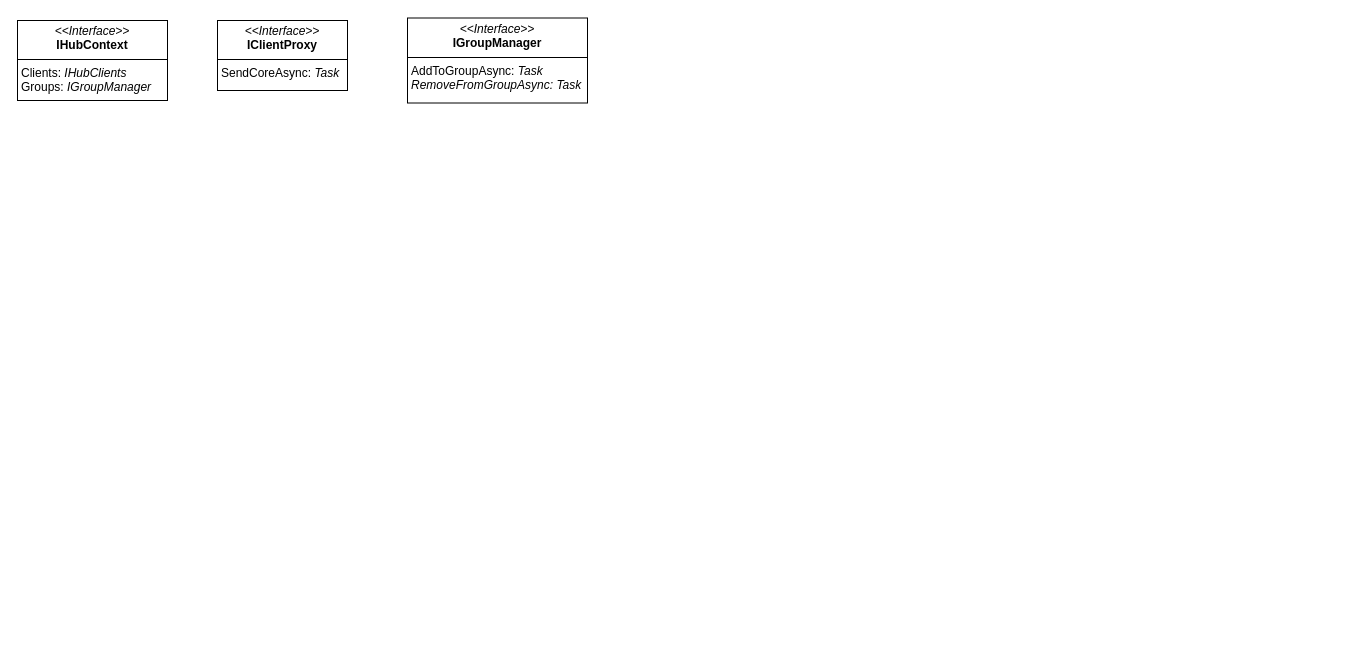
The draw.io diagram page "SignalR" (4 of 4) of .Net/Диаграмма без названия.drawio in KondyubaBA/Foundation, before the edit. Source tidied: cells renumbered, new cells numbered last; positions are measured from the earlier drawing's top-left corner, leaving out a move shared by most shapes. Both pictures are drawn from the tidied source at 100%, with x=0, y=0 at pixel (17, 18).
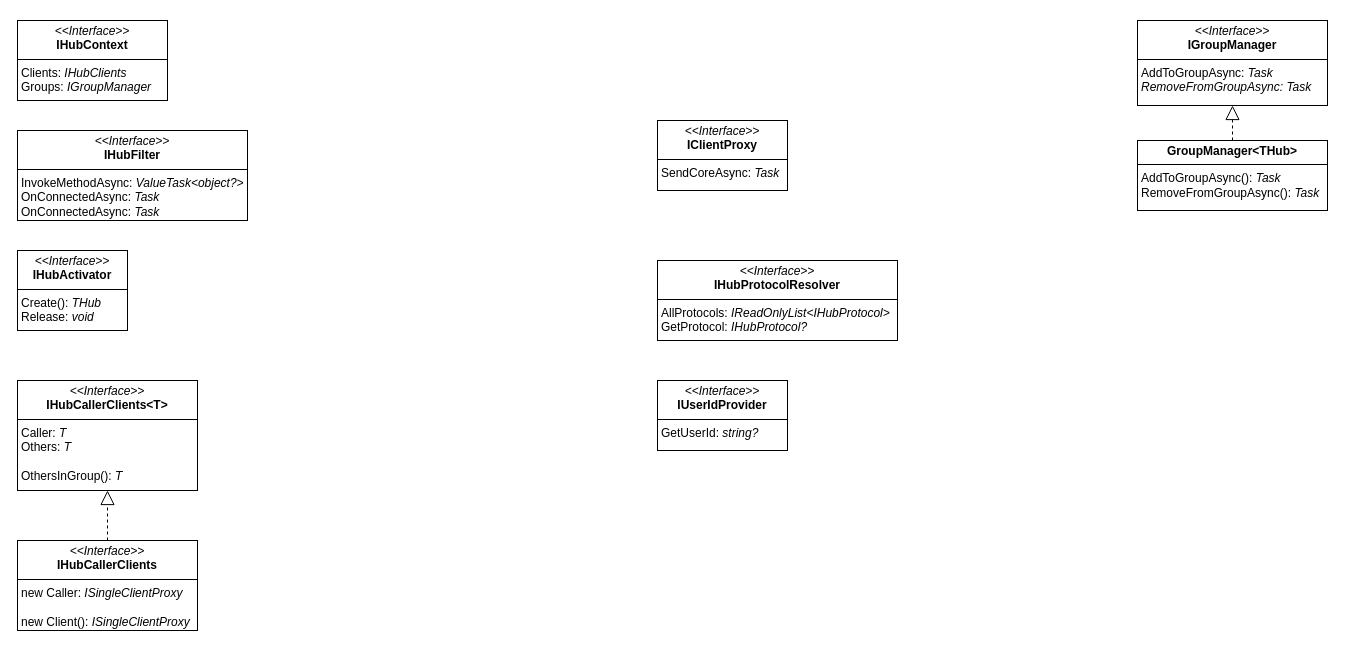
After the change.

What changed in the source:
```diff
@@
 <mxGraphModel>
   <root>
     <mxCell id="0" />
     <mxCell id="1" parent="0" />
     <mxCell id="2" value="&lt;p style=&quot;margin:0px;margin-top:4px;text-align:center;&quot;&gt;&lt;i&gt;&amp;lt;&amp;lt;Interface&amp;gt;&amp;gt;&lt;/i&gt;&lt;br&gt;&lt;span style=&quot;background-color: initial; text-align: left;&quot;&gt;&lt;b&gt;IHubContext&lt;/b&gt;&lt;/span&gt;&lt;/p&gt;&lt;hr size=&quot;1&quot; style=&quot;border-style:solid;&quot;&gt;&lt;p style=&quot;margin:0px;margin-left:4px;&quot;&gt;Clients: &lt;i&gt;IHubClients&lt;/i&gt;&lt;br&gt;Groups:&amp;nbsp;&lt;span style=&quot;background-color: initial;&quot;&gt;&lt;i&gt;IGroupManager&lt;/i&gt;&lt;/span&gt;&lt;/p&gt;" style="verticalAlign=top;align=left;overflow=fill;html=1;whiteSpace=wrap;" parent="1" vertex="1">
       <mxGeometry y="2" width="150" height="80" as="geometry" />
     </mxCell>
     <mxCell id="3" value="&lt;p style=&quot;margin:0px;margin-top:4px;text-align:center;&quot;&gt;&lt;i&gt;&amp;lt;&amp;lt;Interface&amp;gt;&amp;gt;&lt;/i&gt;&lt;br&gt;&lt;span style=&quot;background-color: initial; text-align: left;&quot;&gt;&lt;b&gt;IClientProxy&lt;/b&gt;&lt;/span&gt;&lt;/p&gt;&lt;hr size=&quot;1&quot; style=&quot;border-style:solid;&quot;&gt;&lt;p style=&quot;margin:0px;margin-left:4px;&quot;&gt;SendCoreAsync: &lt;i&gt;Task&lt;/i&gt;&lt;br&gt;&lt;/p&gt;" style="verticalAlign=top;align=left;overflow=fill;html=1;whiteSpace=wrap;" parent="1" vertex="1">
-      <mxGeometry x="200" y="2" width="130" height="70" as="geometry" />
+      <mxGeometry x="640" y="102" width="130" height="70" as="geometry" />
     </mxCell>
     <mxCell id="4" value="&lt;p style=&quot;margin:0px;margin-top:4px;text-align:center;&quot;&gt;&lt;i&gt;&amp;lt;&amp;lt;Interface&amp;gt;&amp;gt;&lt;/i&gt;&lt;br&gt;&lt;span style=&quot;background-color: initial; text-align: left;&quot;&gt;&lt;b&gt;IGroupManager&lt;/b&gt;&lt;/span&gt;&lt;/p&gt;&lt;hr size=&quot;1&quot; style=&quot;border-style:solid;&quot;&gt;&lt;p style=&quot;margin:0px;margin-left:4px;&quot;&gt;AddToGroupAsync:&amp;nbsp;&lt;span style=&quot;background-color: initial;&quot;&gt;&lt;i&gt;Task&lt;/i&gt;&lt;/span&gt;&lt;br&gt;&lt;/p&gt;&lt;p style=&quot;margin:0px;margin-left:4px;&quot;&gt;&lt;span style=&quot;background-color: initial;&quot;&gt;&lt;i&gt;RemoveFromGroupAsync: Task&lt;br&gt;&lt;/i&gt;&lt;/span&gt;&lt;/p&gt;" style="verticalAlign=top;align=left;overflow=fill;html=1;whiteSpace=wrap;" parent="1" vertex="1">
-      <mxGeometry x="390" y="-0.5" width="180" height="85" as="geometry" />
+      <mxGeometry x="1120" y="2" width="190" height="85" as="geometry" />
     </mxCell>
+    <mxCell id="5" value="&lt;p style=&quot;margin:0px;margin-top:4px;text-align:center;&quot;&gt;&lt;i&gt;&amp;lt;&amp;lt;Interface&amp;gt;&amp;gt;&lt;/i&gt;&lt;br&gt;&lt;span style=&quot;background-color: initial; text-align: left;&quot;&gt;&lt;b&gt;IHubFilter&lt;/b&gt;&lt;/span&gt;&lt;/p&gt;&lt;hr size=&quot;1&quot; style=&quot;border-style:solid;&quot;&gt;&lt;p style=&quot;margin:0px;margin-left:4px;&quot;&gt;InvokeMethodAsync:&amp;nbsp;&lt;span style=&quot;background-color: initial;&quot;&gt;&lt;i&gt;ValueTask&amp;lt;object?&amp;gt;&lt;/i&gt;&lt;/span&gt;&lt;br&gt;&lt;/p&gt;&lt;p style=&quot;margin:0px;margin-left:4px;&quot;&gt;&lt;span style=&quot;background-color: initial;&quot;&gt;OnConnectedAsync&lt;/span&gt;&lt;span style=&quot;background-color: initial;&quot;&gt;:&lt;i&gt; Task&lt;br&gt;&lt;/i&gt;&lt;/span&gt;&lt;/p&gt;&lt;p style=&quot;margin:0px;margin-left:4px;&quot;&gt;&lt;span style=&quot;background-color: initial;&quot;&gt;OnConnectedAsync:&amp;nbsp;&lt;/span&gt;&lt;span style=&quot;background-color: initial;&quot;&gt;&lt;i&gt;Task&lt;/i&gt;&lt;/span&gt;&lt;span style=&quot;background-color: initial;&quot;&gt;&lt;br&gt;&lt;/span&gt;&lt;/p&gt;" style="verticalAlign=top;align=left;overflow=fill;html=1;whiteSpace=wrap;" parent="1" vertex="1">
+      <mxGeometry y="112" width="230" height="90" as="geometry" />
+    </mxCell>
+    <mxCell id="6" value="&lt;p style=&quot;margin:0px;margin-top:4px;text-align:center;&quot;&gt;&lt;i&gt;&amp;lt;&amp;lt;Interface&amp;gt;&amp;gt;&lt;/i&gt;&lt;br&gt;&lt;span style=&quot;background-color: initial; text-align: left;&quot;&gt;&lt;b&gt;IHubActivator&lt;/b&gt;&lt;/span&gt;&lt;/p&gt;&lt;hr size=&quot;1&quot; style=&quot;border-style:solid;&quot;&gt;&lt;p style=&quot;margin:0px;margin-left:4px;&quot;&gt;Create():&amp;nbsp;&lt;span style=&quot;background-color: initial;&quot;&gt;&lt;i&gt;THub&lt;/i&gt;&lt;/span&gt;&lt;br&gt;&lt;/p&gt;&lt;p style=&quot;margin:0px;margin-left:4px;&quot;&gt;&lt;span style=&quot;background-color: initial;&quot;&gt;Release&lt;/span&gt;&lt;span style=&quot;background-color: initial;&quot;&gt;:&lt;i&gt;&amp;nbsp;&lt;/i&gt;&lt;/span&gt;&lt;span style=&quot;background-color: initial;&quot;&gt;&lt;i&gt;void&lt;/i&gt;&lt;/span&gt;&lt;span style=&quot;background-color: initial;&quot;&gt;&lt;i&gt;&lt;br&gt;&lt;/i&gt;&lt;/span&gt;&lt;/p&gt;&lt;p style=&quot;margin:0px;margin-left:4px;&quot;&gt;&lt;span style=&quot;background-color: initial;&quot;&gt;&lt;br&gt;&lt;/span&gt;&lt;/p&gt;" style="verticalAlign=top;align=left;overflow=fill;html=1;whiteSpace=wrap;" parent="1" vertex="1">
+      <mxGeometry y="232" width="110" height="80" as="geometry" />
+    </mxCell>
+    <mxCell id="7" value="&lt;p style=&quot;margin:0px;margin-top:4px;text-align:center;&quot;&gt;&lt;i&gt;&amp;lt;&amp;lt;Interface&amp;gt;&amp;gt;&lt;/i&gt;&lt;br&gt;&lt;span style=&quot;background-color: initial; text-align: left;&quot;&gt;&lt;b&gt;IHubCallerClients&lt;/b&gt;&lt;/span&gt;&lt;/p&gt;&lt;hr size=&quot;1&quot; style=&quot;border-style:solid;&quot;&gt;&lt;p style=&quot;margin:0px;margin-left:4px;&quot;&gt;new Caller:&amp;nbsp;&lt;i&gt;ISingleClientProxy&lt;/i&gt;&lt;br&gt;&lt;/p&gt;&lt;p style=&quot;margin:0px;margin-left:4px;&quot;&gt;&lt;br&gt;&lt;/p&gt;&lt;p style=&quot;margin:0px;margin-left:4px;&quot;&gt;new Client():&amp;nbsp;&lt;i&gt;ISingleClientProxy&lt;/i&gt;&lt;br&gt;&lt;/p&gt;&lt;p style=&quot;margin:0px;margin-left:4px;&quot;&gt;&lt;span style=&quot;background-color: initial;&quot;&gt;&lt;br&gt;&lt;/span&gt;&lt;/p&gt;" style="verticalAlign=top;align=left;overflow=fill;html=1;whiteSpace=wrap;" parent="1" vertex="1">
+      <mxGeometry y="522" width="180" height="90" as="geometry" />
+    </mxCell>
+    <mxCell id="8" value="&lt;p style=&quot;margin:0px;margin-top:4px;text-align:center;&quot;&gt;&lt;i&gt;&amp;lt;&amp;lt;Interface&amp;gt;&amp;gt;&lt;/i&gt;&lt;br&gt;&lt;span style=&quot;background-color: initial; text-align: left;&quot;&gt;&lt;b&gt;IHubCallerClients&amp;lt;T&amp;gt;&lt;/b&gt;&lt;/span&gt;&lt;/p&gt;&lt;hr size=&quot;1&quot; style=&quot;border-style:solid;&quot;&gt;&lt;p style=&quot;margin:0px;margin-left:4px;&quot;&gt;Caller:&amp;nbsp;&lt;i&gt;T&lt;/i&gt;&lt;br&gt;&lt;/p&gt;&lt;p style=&quot;margin:0px;margin-left:4px;&quot;&gt;Others: &lt;i&gt;T&lt;/i&gt;&lt;br&gt;&lt;/p&gt;&lt;p style=&quot;margin:0px;margin-left:4px;&quot;&gt;&lt;i&gt;&lt;br&gt;&lt;/i&gt;&lt;/p&gt;&lt;p style=&quot;margin:0px;margin-left:4px;&quot;&gt;OthersInGroup(): &lt;i&gt;T&lt;/i&gt;&lt;br&gt;&lt;/p&gt;&lt;p style=&quot;margin:0px;margin-left:4px;&quot;&gt;&lt;span style=&quot;background-color: initial;&quot;&gt;&lt;br&gt;&lt;/span&gt;&lt;/p&gt;" style="verticalAlign=top;align=left;overflow=fill;html=1;whiteSpace=wrap;" parent="1" vertex="1">
+      <mxGeometry y="362" width="180" height="110" as="geometry" />
+    </mxCell>
+    <mxCell id="9" style="endArrow=block;dashed=1;endFill=0;endSize=12;html=1;rounded=0;entryX=0.5;entryY=1;entryDx=0;entryDy=0;exitX=0.5;exitY=0;exitDx=0;exitDy=0;" parent="1" edge="1" source="7" target="8">
+      <mxGeometry relative="1" as="geometry" />
+    </mxCell>
+    <mxCell id="10" value="&lt;p style=&quot;margin:0px;margin-top:4px;text-align:center;&quot;&gt;&lt;i&gt;&amp;lt;&amp;lt;Interface&amp;gt;&amp;gt;&lt;/i&gt;&lt;br&gt;&lt;span style=&quot;background-color: initial; text-align: left;&quot;&gt;&lt;b&gt;IHubProtocolResolver&lt;/b&gt;&lt;/span&gt;&lt;/p&gt;&lt;hr size=&quot;1&quot; style=&quot;border-style:solid;&quot;&gt;&lt;p style=&quot;margin:0px;margin-left:4px;&quot;&gt;AllProtocols:&amp;nbsp;&lt;span style=&quot;background-color: initial;&quot;&gt;&lt;i&gt;IReadOnlyList&amp;lt;IHubProtocol&amp;gt;&lt;/i&gt;&lt;/span&gt;&lt;br&gt;&lt;/p&gt;&lt;p style=&quot;margin:0px;margin-left:4px;&quot;&gt;GetProtocol:&amp;nbsp;&lt;span style=&quot;background-color: initial;&quot;&gt;&lt;i&gt;IHubProtocol?&lt;/i&gt;&lt;/span&gt;&lt;/p&gt;" style="verticalAlign=top;align=left;overflow=fill;html=1;whiteSpace=wrap;" parent="1" vertex="1">
+      <mxGeometry x="640" y="242" width="240" height="80" as="geometry" />
+    </mxCell>
+    <mxCell id="11" value="&lt;p style=&quot;margin:0px;margin-top:4px;text-align:center;&quot;&gt;&lt;i&gt;&amp;lt;&amp;lt;Interface&amp;gt;&amp;gt;&lt;/i&gt;&lt;br&gt;&lt;span style=&quot;background-color: initial; text-align: left;&quot;&gt;&lt;b&gt;IUserIdProvider&lt;/b&gt;&lt;/span&gt;&lt;/p&gt;&lt;hr size=&quot;1&quot; style=&quot;border-style:solid;&quot;&gt;&lt;p style=&quot;margin:0px;margin-left:4px;&quot;&gt;GetUserId:&amp;nbsp;&lt;span style=&quot;background-color: initial;&quot;&gt;&lt;i&gt;string?&lt;/i&gt;&lt;/span&gt;&lt;/p&gt;" style="verticalAlign=top;align=left;overflow=fill;html=1;whiteSpace=wrap;" parent="1" vertex="1">
+      <mxGeometry x="640" y="362" width="130" height="70" as="geometry" />
+    </mxCell>
+    <mxCell id="12" value="&lt;p style=&quot;margin: 4px 0px 0px; text-align: center;&quot;&gt;&lt;span style=&quot;background-color: initial; text-align: left;&quot;&gt;&lt;b&gt;GroupManager&amp;lt;THub&amp;gt;&lt;/b&gt;&lt;/span&gt;&lt;/p&gt;&lt;hr size=&quot;1&quot; style=&quot;border-style:solid;&quot;&gt;&lt;p style=&quot;margin:0px;margin-left:4px;&quot;&gt;AddToGroupAsync():&amp;nbsp;&lt;span style=&quot;background-color: initial;&quot;&gt;&lt;i&gt;Task&lt;/i&gt;&lt;/span&gt;&lt;br&gt;&lt;/p&gt;&lt;p style=&quot;margin:0px;margin-left:4px;&quot;&gt;&lt;span style=&quot;background-color: initial;&quot;&gt;RemoveFromGroupAsync()&lt;/span&gt;&lt;span style=&quot;background-color: initial;&quot;&gt;:&lt;i&gt; Task&lt;/i&gt;&lt;br&gt;&lt;/span&gt;&lt;/p&gt;" style="verticalAlign=top;align=left;overflow=fill;html=1;whiteSpace=wrap;" parent="1" vertex="1">
+      <mxGeometry x="1120" y="122" width="190" height="70" as="geometry" />
+    </mxCell>
+    <mxCell id="13" style="endArrow=block;dashed=1;endFill=0;endSize=12;html=1;rounded=0;entryX=0.5;entryY=1;entryDx=0;entryDy=0;exitX=0.5;exitY=0;exitDx=0;exitDy=0;" parent="1" edge="1" source="12" target="4">
+      <mxGeometry relative="1" as="geometry" />
+    </mxCell>
   </root>
 </mxGraphModel>
```
